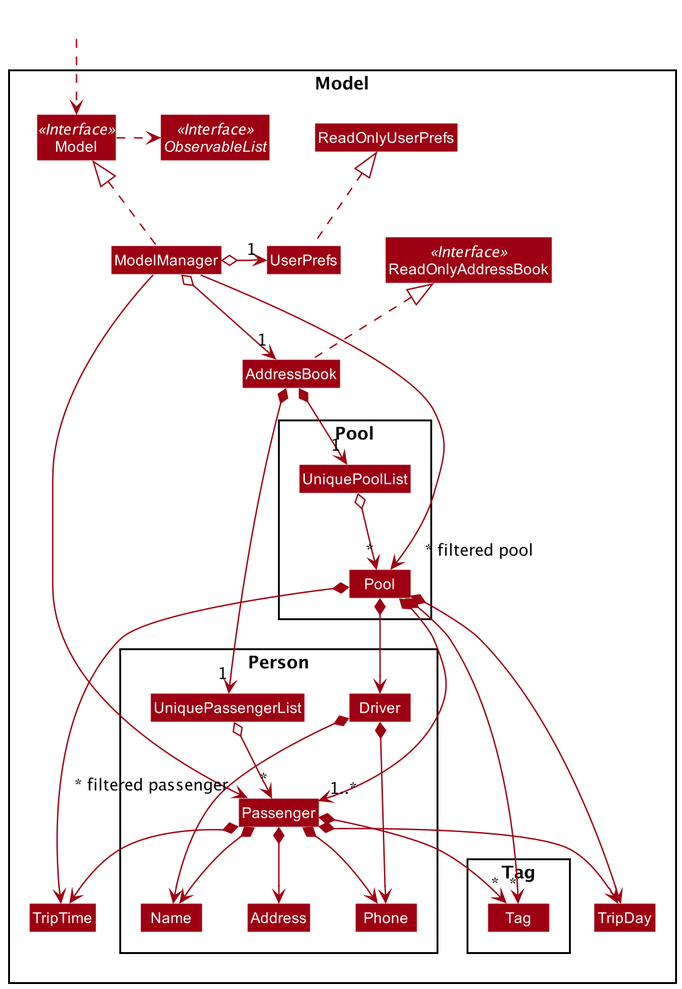
Earlier version of the PlantUML export docs/images/ModelClassDiagram.png (nus-cs2103-AY2021S2/tp).
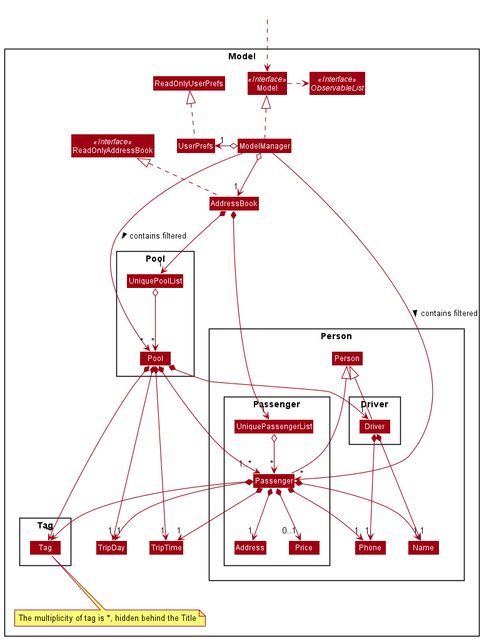
Above is the later version.

Commit message:
Update Model diagram

What changed in the source:
```diff
@@ -16,12 +16,20 @@
 Class ReadOnlyUserPrefs
 
 Package Person {
+Class Person
+Package Passenger {
 Class Passenger
 Class Address
+Class Price
+Class UniquePassengerList
+}
+together {
 Class Name
 Class Phone
-Class UniquePassengerList
+}
+Package Driver {
 Class Driver
+}
 }
 
 Package Pool {
@@ -33,9 +41,11 @@
 Package Tag {
 Class Tag
 }
-
+together {
 Class TripDay
 Class TripTime
+}
+note bottom of Tag : The multiplicity of tag is *, hidden behind the Title
 }
 
 Class HiddenOutside #FFFFFF
@@ -52,28 +62,32 @@
 AddressBook *--> "1" UniquePassengerList
 AddressBook *--> "1" UniquePoolList
 
+Passenger -up-|> Person
+Driver -up-|> Person
+
+
 UniquePassengerList o--> "*" Passenger
-Passenger *--> Name
-Passenger *--> Phone
-Passenger *--> Address
-Passenger *--> TripDay
-Passenger *--> TripTime
+Passenger *--> "1" Name
+Passenger *--> "1" Phone
+Passenger *--> "1" Address
+Passenger *--> "1" TripDay
+Passenger *--> "1" TripTime
+Passenger *--> "0..1" Price
 Passenger *--> "*" Tag
 
-Driver *--> Name
-Driver *---> Phone
+Driver *--> "1" Name
+Driver *---> "1" Phone
 
 UniquePoolList o--> "*" Pool
-Pool *--> Driver
-Pool *--> TripDay
-Pool *--> TripTime
+Pool *--> "1" Driver
+Pool *--> "1" TripDay
+Pool *--> "1" TripTime
 Pool *--> "1..*" Passenger
 Pool *--> "*" Tag
 
-Name -[hidden]right-> Phone
-Phone -[hidden]right-> Address
+ModelManager ---->"~* " Pool : contains filtered >
+ModelManager ---->"~* " Passenger : contains filtered >
 
-ModelManager ---->" * filtered pool" Pool
-ModelManager ---->"~* filtered passenger" Passenger
+
 
 @enduml
```
